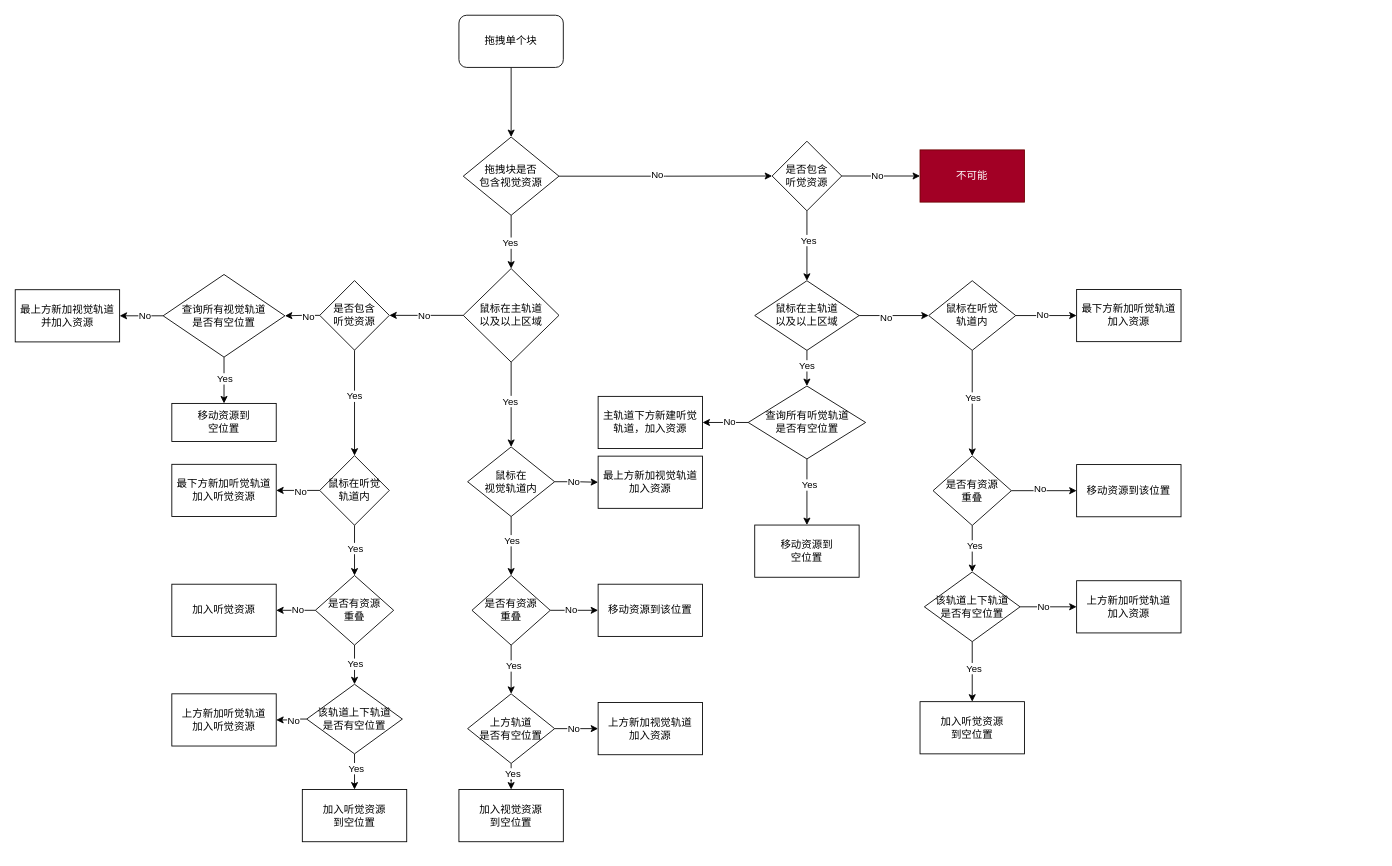
macfanr/drawio keeps this draw.io diagram as page "单块移动" (2 of 6) of drag flow.drawio. Above is the earlier version. Source tidied: cells renumbered, new cells numbered last; positions are measured from the earlier drawing's top-left corner, leaving out a move shared by most shapes. Both pictures are drawn from the tidied source at 87%, with x=0, y=0 at pixel (15, 15).
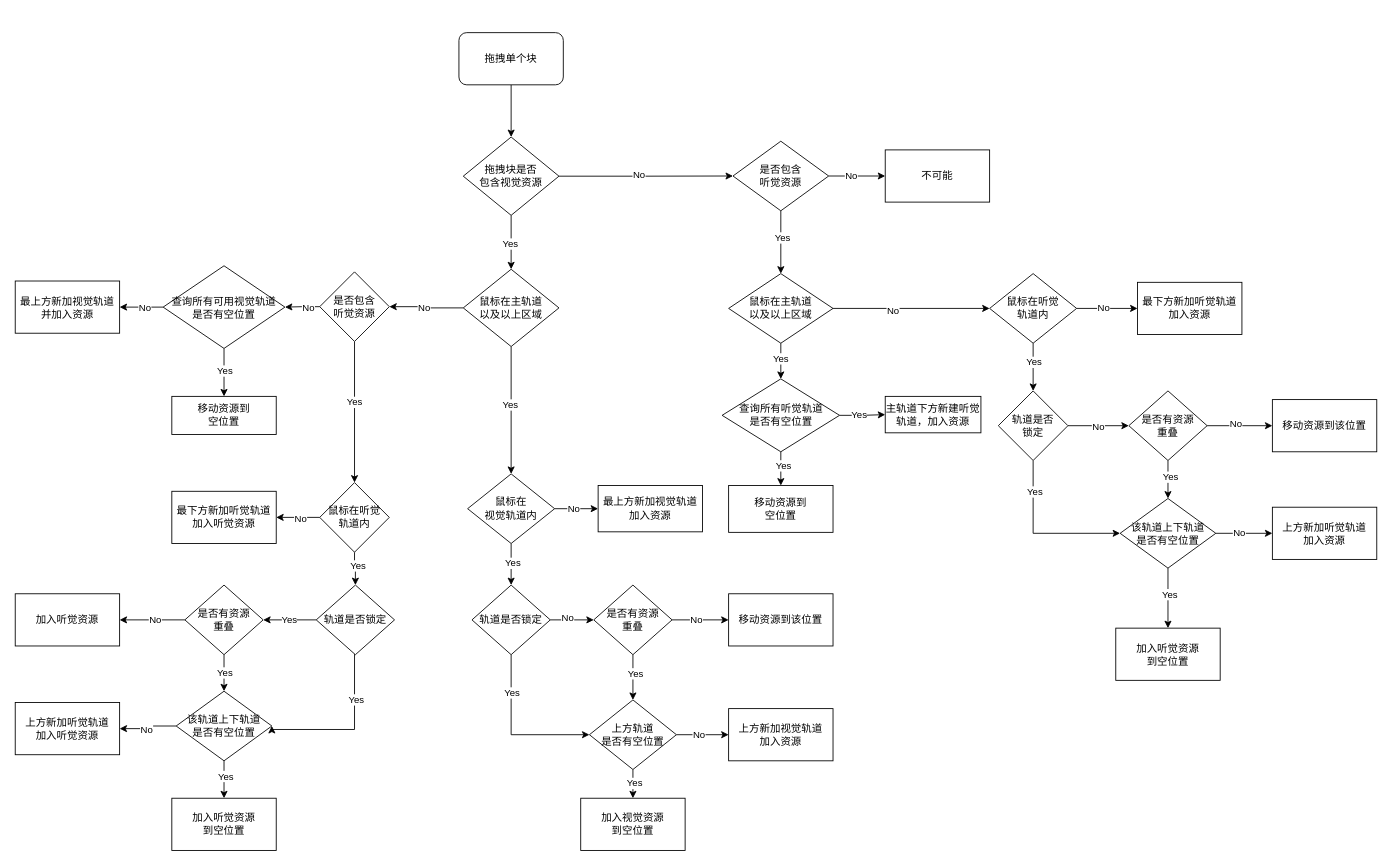
After the change.

Diff of the diagram source:
```diff
@@
     <mxCell id="3" value="拖拽单个块" style="whiteSpace=wrap;html=1;rounded=1;" parent="1" vertex="1">
-      <mxGeometry x="510" width="120" height="60" as="geometry" />
+      <mxGeometry x="510" y="20" width="120" height="60" as="geometry" />
     </mxCell>
@@
     <mxCell id="13" value="鼠标在主轨道&lt;br&gt;以及以上区域" style="rhombus;whiteSpace=wrap;html=1;" parent="1" vertex="1">
-      <mxGeometry x="850" y="305.2" width="120" height="80" as="geometry" />
+      <mxGeometry x="820" y="297" width="120" height="80" as="geometry" />
     </mxCell>
@@
     <mxCell id="18" value="&lt;span&gt;鼠标在主轨道&lt;/span&gt;&lt;br&gt;&lt;span&gt;以及以上区域&lt;/span&gt;" style="rhombus;whiteSpace=wrap;html=1;" parent="1" vertex="1">
-      <mxGeometry x="515" y="291.2" width="110" height="107.5" as="geometry" />
+      <mxGeometry x="515" y="292" width="110" height="88.8" as="geometry" />
     </mxCell>
     <mxCell id="19" value="移动资源到&lt;br&gt;空位置" style="whiteSpace=wrap;html=1;" parent="1" vertex="1">
-      <mxGeometry x="850" y="586" width="120" height="60" as="geometry" />
+      <mxGeometry x="820" y="540.6" width="120" height="53.8" as="geometry" />
     </mxCell>
-    <mxCell id="20" style="edgeStyle=orthogonalEdgeStyle;rounded=0;jettySize=auto;html=1;" parent="1" edge="1" source="24" target="29">
-      <mxGeometry relative="1" as="geometry" />
-    </mxCell>
-    <mxCell id="21" value="Yes" style="edgeLabel;html=1;align=center;verticalAlign=middle;" parent="20" vertex="1">
-      <mxGeometry x="-0.11" relative="1" as="geometry" />
-    </mxCell>
@@
+    <mxCell id="102" style="edgeStyle=orthogonalEdgeStyle;rounded=0;jettySize=auto;html=1;endArrow=classic;endFill=1;" parent="1" edge="1" source="24" target="122">
+      <mxGeometry relative="1" as="geometry" />
+    </mxCell>
+    <mxCell id="103" value="Yes" style="edgeLabel;html=1;align=center;verticalAlign=middle;" parent="102" vertex="1">
+      <mxGeometry x="-0.26" relative="1" as="geometry">
+        <mxPoint y="1" as="offset" />
+      </mxGeometry>
+    </mxCell>
     <mxCell id="24" value="鼠标在听觉&lt;br&gt;轨道内" style="rhombus;whiteSpace=wrap;html=1;" parent="1" vertex="1">
-      <mxGeometry x="1050" y="305.2" width="100" height="80" as="geometry" />
+      <mxGeometry x="1120" y="297" width="100" height="80" as="geometry" />
     </mxCell>
@@
     <mxCell id="29" value="是否有资源&lt;br&gt;重叠" style="rhombus;whiteSpace=wrap;html=1;" parent="1" vertex="1">
-      <mxGeometry x="1055" y="506.5" width="90" height="80" as="geometry" />
+      <mxGeometry x="1280" y="431.8" width="90" height="80" as="geometry" />
     </mxCell>
     <mxCell id="30" value="最下方新加听觉轨道&lt;br&gt;加入资源" style="whiteSpace=wrap;html=1;" parent="1" vertex="1">
-      <mxGeometry x="1220" y="315.2" width="120" height="60" as="geometry" />
+      <mxGeometry x="1290" y="307" width="120" height="60" as="geometry" />
     </mxCell>
     <mxCell id="31" value="移动资源到该位置" style="whiteSpace=wrap;html=1;" parent="1" vertex="1">
-      <mxGeometry x="1220" y="516.5" width="120" height="60" as="geometry" />
+      <mxGeometry x="1445" y="441.8" width="120" height="60" as="geometry" />
     </mxCell>
     <mxCell id="32" value="上方新加听觉轨道&lt;br&gt;加入资源" style="whiteSpace=wrap;html=1;" parent="1" vertex="1">
-      <mxGeometry x="1220" y="650" width="120" height="60" as="geometry" />
+      <mxGeometry x="1445" y="565.5" width="120" height="60" as="geometry" />
     </mxCell>
@@
     <mxCell id="37" value="是否包含&lt;br&gt;听觉资源" style="rhombus;whiteSpace=wrap;html=1;" parent="1" vertex="1">
-      <mxGeometry x="870" y="144.8" width="80" height="80" as="geometry" />
+      <mxGeometry x="825" y="144.8" width="110" height="80" as="geometry" />
     </mxCell>
-    <mxCell id="38" value="不可能" style="whiteSpace=wrap;html=1;fillColor=#a20025;fontColor=#ffffff;strokeColor=#6F0000;" parent="1" vertex="1">
-      <mxGeometry x="1040" y="154.8" width="120" height="60" as="geometry" />
+    <mxCell id="38" value="不可能" style="whiteSpace=wrap;html=1;" parent="1" vertex="1">
+      <mxGeometry x="1000" y="154.8" width="120" height="60" as="geometry" />
     </mxCell>
-    <mxCell id="39" style="edgeStyle=orthogonalEdgeStyle;rounded=0;jettySize=auto;html=1;" parent="1" edge="1" source="43" target="69">
-      <mxGeometry relative="1" as="geometry" />
-    </mxCell>
-    <mxCell id="40" value="Yes" style="edgeLabel;html=1;align=center;verticalAlign=middle;" parent="39" vertex="1">
-      <mxGeometry x="-0.2" relative="1" as="geometry" />
-    </mxCell>
@@
+    <mxCell id="104" style="edgeStyle=orthogonalEdgeStyle;rounded=0;jettySize=auto;html=1;endArrow=classic;endFill=1;" parent="1" edge="1" source="43" target="113">
+      <mxGeometry relative="1" as="geometry" />
+    </mxCell>
+    <mxCell id="105" value="Yes" style="edgeLabel;html=1;align=center;verticalAlign=middle;" parent="104" vertex="1">
+      <mxGeometry x="-0.09" y="1" relative="1" as="geometry" />
+    </mxCell>
     <mxCell id="43" value="鼠标在&lt;br&gt;视觉轨道内" style="rhombus;whiteSpace=wrap;html=1;" parent="1" vertex="1">
-      <mxGeometry x="520" y="496.2" width="100" height="80" as="geometry" />
+      <mxGeometry x="520" y="527.2" width="100" height="80" as="geometry" />
     </mxCell>
@@
     <mxCell id="50" value="&lt;span&gt;是否包含&lt;/span&gt;&lt;br&gt;&lt;span&gt;听觉资源&lt;/span&gt;" style="rhombus;whiteSpace=wrap;html=1;" parent="1" vertex="1">
-      <mxGeometry x="350" y="305" width="80" height="80" as="geometry" />
+      <mxGeometry x="350" y="295" width="80" height="80" as="geometry" />
     </mxCell>
     <mxCell id="51" value="最上方新加视觉轨道&lt;br&gt;并加入资源" style="whiteSpace=wrap;html=1;" parent="1" vertex="1">
-      <mxGeometry y="315.5" width="120" height="60" as="geometry" />
+      <mxGeometry y="305.5" width="120" height="60" as="geometry" />
     </mxCell>
-    <mxCell id="52" style="edgeStyle=orthogonalEdgeStyle;rounded=0;jettySize=auto;html=1;" parent="1" edge="1" source="56" target="61">
-      <mxGeometry relative="1" as="geometry" />
-    </mxCell>
-    <mxCell id="53" value="Yes" style="edgeLabel;html=1;align=center;verticalAlign=middle;" parent="52" vertex="1">
-      <mxGeometry x="-0.1" relative="1" as="geometry" />
-    </mxCell>
@@
+    <mxCell id="106" style="edgeStyle=orthogonalEdgeStyle;rounded=0;jettySize=auto;html=1;endArrow=classic;endFill=1;" parent="1" edge="1" source="56" target="117">
+      <mxGeometry relative="1" as="geometry" />
+    </mxCell>
+    <mxCell id="107" value="Yes" style="edgeLabel;html=1;align=center;verticalAlign=middle;" parent="106" vertex="1">
+      <mxGeometry x="-0.21" y="3" relative="1" as="geometry" />
+    </mxCell>
     <mxCell id="56" value="&lt;span&gt;鼠标在听觉&lt;/span&gt;&lt;br&gt;&lt;span&gt;轨道内&lt;/span&gt;" style="rhombus;whiteSpace=wrap;html=1;" parent="1" vertex="1">
-      <mxGeometry x="350" y="506.2" width="80" height="80" as="geometry" />
+      <mxGeometry x="350" y="537.2" width="80" height="80" as="geometry" />
     </mxCell>
@@
     <mxCell id="61" value="是否有资源&lt;br&gt;重叠" style="rhombus;whiteSpace=wrap;html=1;" parent="1" vertex="1">
-      <mxGeometry x="345" y="644" width="90" height="80" as="geometry" />
+      <mxGeometry x="195" y="655" width="90" height="80" as="geometry" />
     </mxCell>
     <mxCell id="62" value="&lt;span&gt;上方新加听觉轨道&lt;/span&gt;&lt;br&gt;加入听觉资源" style="whiteSpace=wrap;html=1;" parent="1" vertex="1">
-      <mxGeometry x="180" y="780" width="120" height="60" as="geometry" />
+      <mxGeometry y="790" width="120" height="60" as="geometry" />
     </mxCell>
     <mxCell id="63" value="加入听觉资源" style="whiteSpace=wrap;html=1;" parent="1" vertex="1">
-      <mxGeometry x="180" y="654" width="120" height="60" as="geometry" />
+      <mxGeometry y="665" width="120" height="60" as="geometry" />
     </mxCell>
     <mxCell id="64" value="&lt;span&gt;最下方新加听觉轨道&lt;/span&gt;&lt;br&gt;&lt;span&gt;加入听觉资源&lt;/span&gt;" style="whiteSpace=wrap;html=1;" parent="1" vertex="1">
-      <mxGeometry x="180" y="516.2" width="120" height="60" as="geometry" />
+      <mxGeometry x="180" y="547.2" width="120" height="60" as="geometry" />
     </mxCell>
@@
     <mxCell id="69" value="是否有资源&lt;br&gt;重叠" style="rhombus;whiteSpace=wrap;html=1;" parent="1" vertex="1">
-      <mxGeometry x="525" y="644" width="90" height="80" as="geometry" />
+      <mxGeometry x="665" y="655" width="90" height="80" as="geometry" />
     </mxCell>
     <mxCell id="70" value="上方新加视觉轨道&lt;br&gt;加入资源" style="whiteSpace=wrap;html=1;" parent="1" vertex="1">
-      <mxGeometry x="670" y="790" width="120" height="60" as="geometry" />
+      <mxGeometry x="820" y="797" width="120" height="60" as="geometry" />
     </mxCell>
     <mxCell id="71" value="移动资源到该位置" style="whiteSpace=wrap;html=1;" parent="1" vertex="1">
-      <mxGeometry x="670" y="654" width="120" height="60" as="geometry" />
+      <mxGeometry x="820" y="665" width="120" height="60" as="geometry" />
     </mxCell>
     <mxCell id="72" value="最上方新加视觉轨道&lt;br&gt;加入资源" style="whiteSpace=wrap;html=1;" parent="1" vertex="1">
-      <mxGeometry x="670" y="506.8" width="120" height="60" as="geometry" />
+      <mxGeometry x="670" y="540.6" width="120" height="53.2" as="geometry" />
     </mxCell>
@@
-    <mxCell id="75" value="查询所有视觉轨道&lt;br&gt;是否有空位置" style="rhombus;whiteSpace=wrap;html=1;" parent="1" vertex="1">
-      <mxGeometry x="170" y="298" width="140" height="95" as="geometry" />
+    <mxCell id="75" value="查询所有可用视觉轨道&lt;br&gt;是否有空位置" style="rhombus;whiteSpace=wrap;html=1;" parent="1" vertex="1">
+      <mxGeometry x="170" y="288" width="140" height="95" as="geometry" />
     </mxCell>
     <mxCell id="76" value="移动资源到&lt;br&gt;空位置" style="whiteSpace=wrap;html=1;" parent="1" vertex="1">
-      <mxGeometry x="180" y="446.2" width="120" height="43.8" as="geometry" />
+      <mxGeometry x="180" y="438.1" width="120" height="43.8" as="geometry" />
     </mxCell>
@@
-    <mxCell id="79" style="edgeStyle=orthogonalEdgeStyle;rounded=0;jettySize=auto;html=1;" parent="1" edge="1" source="81" target="82">
+    <mxCell id="79" style="edgeStyle=orthogonalEdgeStyle;rounded=0;jettySize=auto;html=1;endArrow=classic;endFill=1;" parent="1" edge="1" source="81" target="82">
       <mxGeometry relative="1" as="geometry" />
     </mxCell>
-    <mxCell id="80" value="No" style="edgeLabel;html=1;align=center;verticalAlign=middle;" parent="79" vertex="1">
-      <mxGeometry x="-0.18" y="-1" relative="1" as="geometry" />
-    </mxCell>
+    <mxCell id="108" value="Yes" style="edgeLabel;html=1;align=center;verticalAlign=middle;" parent="79" vertex="1">
+      <mxGeometry x="-0.19" y="1" relative="1" as="geometry" />
+    </mxCell>
     <mxCell id="81" value="查询所有听觉轨道&lt;br&gt;是否有空位置" style="rhombus;whiteSpace=wrap;html=1;" parent="1" vertex="1">
-      <mxGeometry x="842.5" y="426.2" width="135" height="83.8" as="geometry" />
+      <mxGeometry x="812.5" y="418" width="135" height="83.8" as="geometry" />
     </mxCell>
     <mxCell id="82" value="主轨道下方新建听觉&lt;br&gt;轨道，加入资源" style="whiteSpace=wrap;html=1;" parent="1" vertex="1">
-      <mxGeometry x="670" y="438.1" width="120" height="60" as="geometry" />
+      <mxGeometry x="1000" y="438.1" width="110" height="41.9" as="geometry" />
     </mxCell>
@@
     <mxCell id="87" value="该轨道上下轨道&lt;br&gt;是否有空位置" style="rhombus;whiteSpace=wrap;html=1;" parent="1" vertex="1">
-      <mxGeometry x="335" y="769" width="110" height="80" as="geometry" />
+      <mxGeometry x="185" y="777" width="110" height="80" as="geometry" />
     </mxCell>
     <mxCell id="88" value="加入听觉资源&lt;br&gt;到空位置" style="whiteSpace=wrap;html=1;" parent="1" vertex="1">
-      <mxGeometry x="330" y="890" width="120" height="60" as="geometry" />
+      <mxGeometry x="180" y="900" width="120" height="60" as="geometry" />
     </mxCell>
@@
     <mxCell id="93" value="上方轨道&lt;br&gt;是否有空位置" style="rhombus;whiteSpace=wrap;html=1;" parent="1" vertex="1">
-      <mxGeometry x="520" y="780" width="100" height="80" as="geometry" />
+      <mxGeometry x="660" y="787" width="100" height="80" as="geometry" />
     </mxCell>
     <mxCell id="94" value="&lt;span&gt;加入视觉资源&lt;/span&gt;&lt;br&gt;&lt;span&gt;到空位置&lt;/span&gt;" style="whiteSpace=wrap;html=1;" parent="1" vertex="1">
-      <mxGeometry x="510" y="890" width="120" height="60" as="geometry" />
+      <mxGeometry x="650" y="900" width="120" height="60" as="geometry" />
     </mxCell>
@@
     <mxCell id="99" value="该轨道上下轨道&lt;br&gt;是否有空位置" style="rhombus;whiteSpace=wrap;html=1;" parent="1" vertex="1">
-      <mxGeometry x="1045" y="640" width="110" height="80" as="geometry" />
+      <mxGeometry x="1270" y="555.5" width="110" height="80" as="geometry" />
     </mxCell>
     <mxCell id="100" value="&lt;span&gt;加入听觉资源&lt;/span&gt;&lt;br&gt;&lt;span&gt;到空位置&lt;/span&gt;" style="whiteSpace=wrap;html=1;" parent="1" vertex="1">
-      <mxGeometry x="1040" y="789" width="120" height="60" as="geometry" />
+      <mxGeometry x="1265" y="704.5" width="120" height="60" as="geometry" />
     </mxCell>
@@
+    <mxCell id="109" style="edgeStyle=orthogonalEdgeStyle;rounded=0;jettySize=auto;html=1;endArrow=classic;endFill=1;" parent="1" edge="1" source="113" target="69">
+      <mxGeometry relative="1" as="geometry" />
+    </mxCell>
+    <mxCell id="110" value="No" style="edgeLabel;html=1;align=center;verticalAlign=middle;" parent="109" vertex="1">
+      <mxGeometry x="-0.24" y="3" relative="1" as="geometry" />
+    </mxCell>
+    <mxCell id="111" style="edgeStyle=orthogonalEdgeStyle;rounded=0;jettySize=auto;html=1;endArrow=classic;endFill=1;entryX=0;entryY=0.5;entryDx=0;entryDy=0;" parent="1" edge="1" source="113" target="93">
+      <mxGeometry relative="1" as="geometry">
+        <Array as="points">
+          <mxPoint x="570" y="827" />
+        </Array>
+      </mxGeometry>
+    </mxCell>
+    <mxCell id="112" value="Yes" style="edgeLabel;html=1;align=center;verticalAlign=middle;" parent="111" vertex="1">
+      <mxGeometry x="-0.53" relative="1" as="geometry" />
+    </mxCell>
+    <mxCell id="113" value="&lt;span&gt;轨道是否锁定&lt;/span&gt;" style="rhombus;whiteSpace=wrap;html=1;" parent="1" vertex="1">
+      <mxGeometry x="525" y="655" width="90" height="80" as="geometry" />
+    </mxCell>
+    <mxCell id="114" value="Yes" style="edgeStyle=orthogonalEdgeStyle;rounded=0;jettySize=auto;html=1;endArrow=classic;endFill=1;" parent="1" edge="1" source="117" target="61">
+      <mxGeometry relative="1" as="geometry" />
+    </mxCell>
+    <mxCell id="115" style="edgeStyle=orthogonalEdgeStyle;rounded=0;jettySize=auto;html=1;endArrow=classic;endFill=1;entryX=1;entryY=0.5;entryDx=0;entryDy=0;" parent="1" edge="1" source="117" target="87">
+      <mxGeometry relative="1" as="geometry">
+        <Array as="points">
+          <mxPoint x="390" y="821" />
+        </Array>
+      </mxGeometry>
+    </mxCell>
+    <mxCell id="116" value="Yes" style="edgeLabel;html=1;align=center;verticalAlign=middle;" parent="115" vertex="1">
+      <mxGeometry x="-0.44" y="1" relative="1" as="geometry" />
+    </mxCell>
+    <mxCell id="117" value="&lt;span&gt;轨道是否锁定&lt;/span&gt;" style="rhombus;whiteSpace=wrap;html=1;" parent="1" vertex="1">
+      <mxGeometry x="346" y="655" width="90" height="80" as="geometry" />
+    </mxCell>
+    <mxCell id="118" style="edgeStyle=orthogonalEdgeStyle;rounded=0;jettySize=auto;html=1;endArrow=classic;endFill=1;" parent="1" edge="1" source="122" target="29">
+      <mxGeometry relative="1" as="geometry" />
+    </mxCell>
+    <mxCell id="119" value="No" style="edgeLabel;html=1;align=center;verticalAlign=middle;" parent="118" vertex="1">
+      <mxGeometry x="-0.03" relative="1" as="geometry">
+        <mxPoint y="1" as="offset" />
+      </mxGeometry>
+    </mxCell>
+    <mxCell id="120" style="edgeStyle=orthogonalEdgeStyle;rounded=0;jettySize=auto;html=1;endArrow=classic;endFill=1;entryX=0;entryY=0.5;entryDx=0;entryDy=0;" parent="1" edge="1" source="122" target="99">
+      <mxGeometry relative="1" as="geometry">
+        <Array as="points">
+          <mxPoint x="1170" y="595.8" />
+        </Array>
+      </mxGeometry>
+    </mxCell>
+    <mxCell id="121" value="Yes" style="edgeLabel;html=1;align=center;verticalAlign=middle;" parent="120" vertex="1">
+      <mxGeometry x="-0.61" y="1" relative="1" as="geometry" />
+    </mxCell>
+    <mxCell id="122" value="轨道是否&lt;br&gt;锁定" style="rhombus;whiteSpace=wrap;html=1;" parent="1" vertex="1">
+      <mxGeometry x="1130" y="431.8" width="80" height="80" as="geometry" />
+    </mxCell>
```
